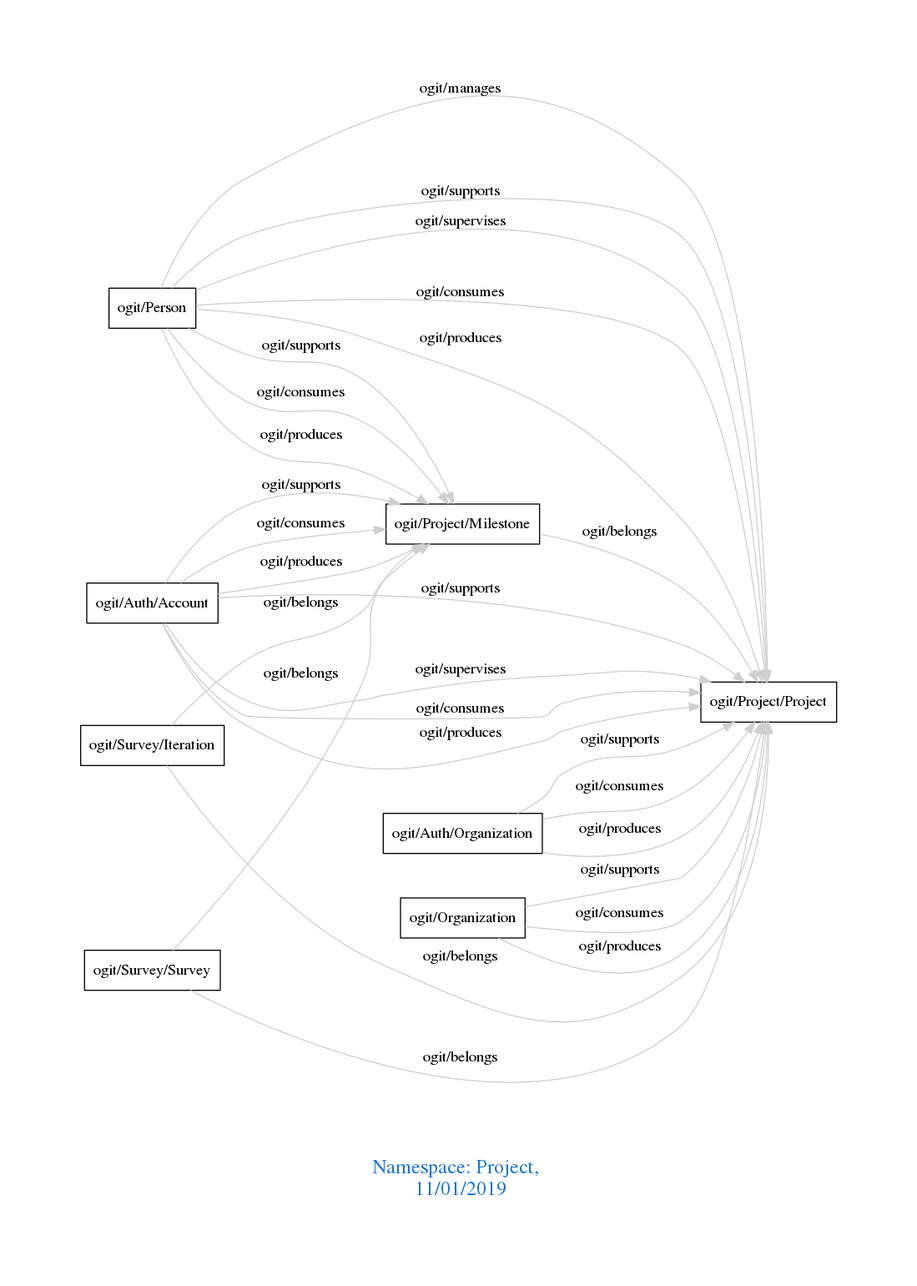
Before: downloads/Project.png, a diagram exported from Graphviz (arago/OGIT). Its source is kept beside it as downloads/Project.dot. Its diagram source:
```dot
digraph OGIT_ontology {
 graph [ rankdir= LR,pad=1
fontsize = 18,
fontcolor= dodgerblue3,label = "\n\n\nNamespace: Project, \n 11/01/2019"];
node[shape=polygon];
edge [  color="gray81"];

   "ogit/Person" -> "ogit/Project/Project" [label="   ogit/manages    "];
   "ogit/Auth/Account" -> "ogit/Project/Milestone" [label="   ogit/supports    "];
   "ogit/Auth/Account" -> "ogit/Project/Project" [label="   ogit/supports    "];
   "ogit/Auth/Organization" -> "ogit/Project/Project" [label="   ogit/supports    "];
   "ogit/Organization" -> "ogit/Project/Project" [label="   ogit/supports    "];
   "ogit/Person" -> "ogit/Project/Milestone" [label="   ogit/supports    "];
   "ogit/Person" -> "ogit/Project/Project" [label="   ogit/supports    "];
   "ogit/Auth/Account" -> "ogit/Project/Project" [label="   ogit/supervises    "];
   "ogit/Person" -> "ogit/Project/Project" [label="   ogit/supervises    "];
   "ogit/Auth/Account" -> "ogit/Project/Milestone" [label="   ogit/consumes    "];
   "ogit/Auth/Account" -> "ogit/Project/Project" [label="   ogit/consumes    "];
   "ogit/Auth/Organization" -> "ogit/Project/Project" [label="   ogit/consumes    "];
   "ogit/Organization" -> "ogit/Project/Project" [label="   ogit/consumes    "];
   "ogit/Person" -> "ogit/Project/Milestone" [label="   ogit/consumes    "];
   "ogit/Person" -> "ogit/Project/Project" [label="   ogit/consumes    "];
   "ogit/Auth/Account" -> "ogit/Project/Milestone" [label="   ogit/produces    "];
   "ogit/Auth/Account" -> "ogit/Project/Project" [label="   ogit/produces    "];
   "ogit/Auth/Organization" -> "ogit/Project/Project" [label="   ogit/produces    "];
   "ogit/Organization" -> "ogit/Project/Project" [label="   ogit/produces    "];
   "ogit/Person" -> "ogit/Project/Milestone" [label="   ogit/produces    "];
   "ogit/Person" -> "ogit/Project/Project" [label="   ogit/produces    "];
   "ogit/Project/Milestone" -> "ogit/Project/Project" [label="   ogit/belongs    "];
   "ogit/Survey/Iteration" -> "ogit/Project/Milestone" [label="   ogit/belongs    "];
   "ogit/Survey/Iteration" -> "ogit/Project/Project" [label="   ogit/belongs    "];
   "ogit/Survey/Survey" -> "ogit/Project/Milestone" [label="   ogit/belongs    "];
   "ogit/Survey/Survey" -> "ogit/Project/Project" [label="   ogit/belongs    "];
}
```
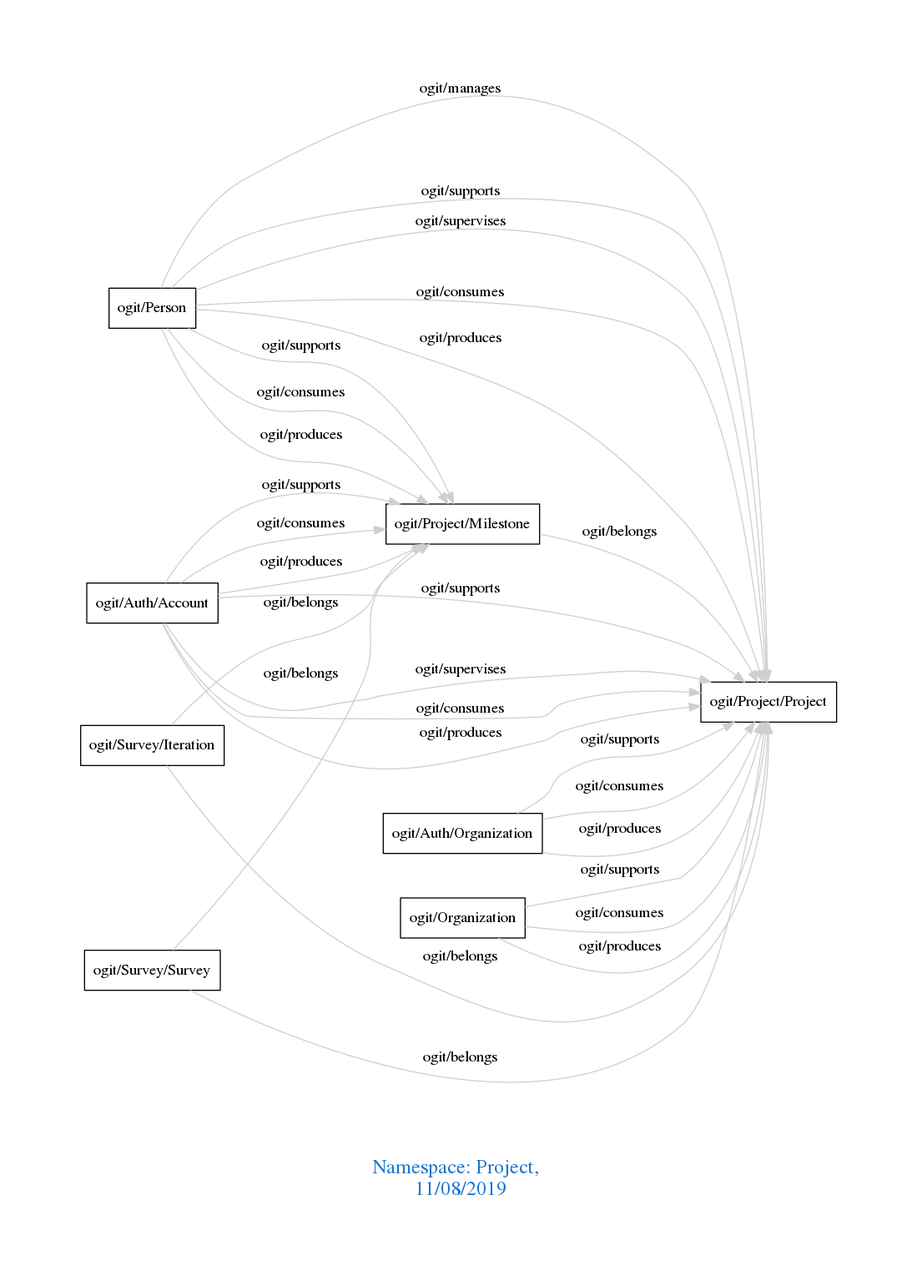
Later version of the same file.

Change to the diagram source:
```diff
@@ -1,7 +1,7 @@
 digraph OGIT_ontology {
  graph [ rankdir= LR,pad=1
 fontsize = 18,
-fontcolor= dodgerblue3,label = "\n\n\nNamespace: Project, \n 11/01/2019"];
+fontcolor= dodgerblue3,label = "\n\n\nNamespace: Project, \n 11/08/2019"];
 node[shape=polygon];
 edge [  color="gray81"];
 
```
